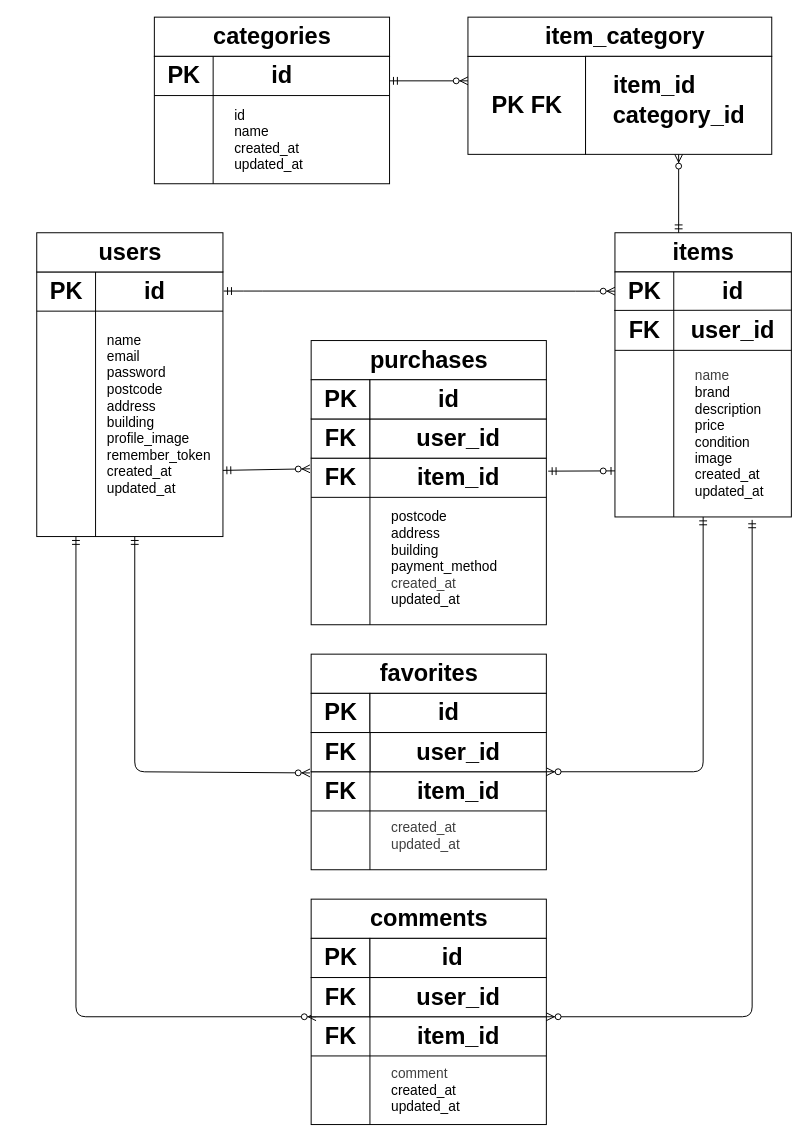
This is page "ER図" (2 of 2) of er.drawio from Ayumi1809/flea-market-app, a draw.io file, before an edit. Source tidied: cells renumbered, new cells numbered last; positions are measured from the earlier drawing's top-left corner, leaving out a move shared by most shapes. Both pictures are drawn from the tidied source at 98%, with x=0, y=0 at pixel (17, 17).
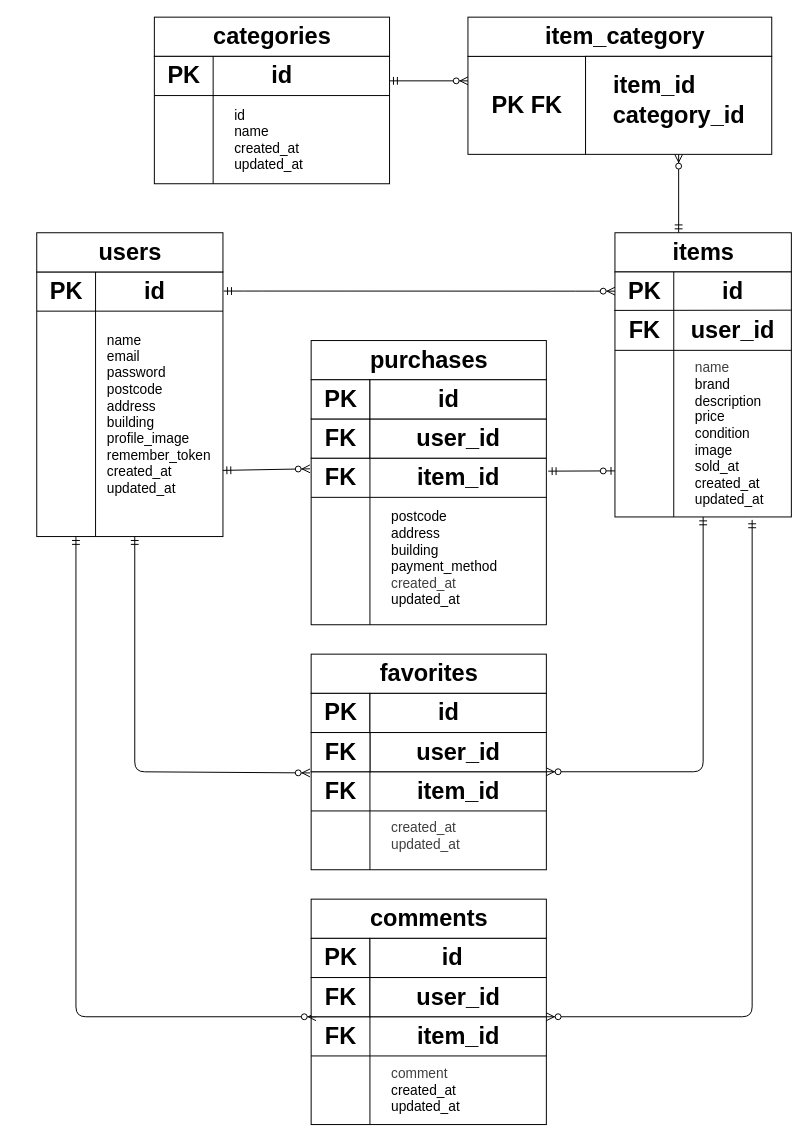
The same page after the edit.

What changed in the source:
```diff
@@
-    <mxCell id="26" value="&lt;div&gt;&lt;span style=&quot;color: rgb(63, 63, 63); background-color: transparent;&quot;&gt;name&lt;/span&gt;&lt;/div&gt;&lt;div&gt;brand&lt;/div&gt;&lt;div&gt;description&lt;/div&gt;&lt;div&gt;price&lt;/div&gt;&lt;div&gt;condition&lt;/div&gt;&lt;div&gt;image&lt;/div&gt;&lt;div&gt;created_at&lt;/div&gt;&lt;div&gt;updated_at&lt;/div&gt;" style="text;html=1;align=left;verticalAlign=middle;whiteSpace=wrap;rounded=0;fontSize=14;" parent="1" vertex="1">
+    <mxCell id="26" value="&lt;div&gt;&lt;span style=&quot;color: rgb(63, 63, 63); background-color: transparent;&quot;&gt;name&lt;/span&gt;&lt;/div&gt;&lt;div&gt;brand&lt;/div&gt;&lt;div&gt;description&lt;/div&gt;&lt;div&gt;price&lt;/div&gt;&lt;div&gt;condition&lt;/div&gt;&lt;div&gt;image&lt;/div&gt;&lt;div&gt;sold_at&lt;/div&gt;&lt;div&gt;created_at&lt;/div&gt;&lt;div&gt;updated_at&lt;/div&gt;" style="text;html=1;align=left;verticalAlign=middle;whiteSpace=wrap;rounded=0;fontSize=14;" parent="1" vertex="1">
       <mxGeometry x="690" y="410" width="60" height="30" as="geometry" />
     </mxCell>
```
